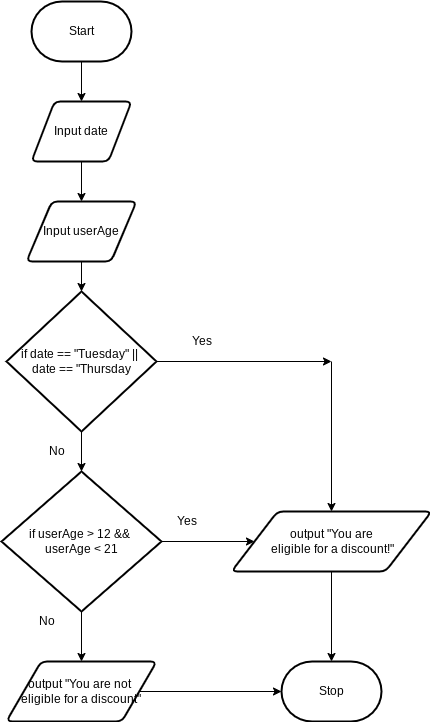
Above: design/flowchart.png in Brayden-Blank/ICS2O-Unit-5-04-HTML (draw.io), before the change. Source tidied: cells renumbered, new cells last; positions are measured from the earlier drawing's top-left corner, leaving out a move shared by most shapes. Its diagram source:
```xml
<mxGraphModel>
  <root>
    <mxCell id="0" />
    <mxCell id="1" parent="0" />
    <mxCell id="2" style="edgeStyle=none;html=1;" parent="1" edge="1" source="3" target="5">
      <mxGeometry relative="1" as="geometry" />
    </mxCell>
    <mxCell id="3" value="Start" style="strokeWidth=2;html=1;shape=mxgraph.flowchart.terminator;whiteSpace=wrap;" parent="1" vertex="1">
      <mxGeometry x="30" width="100" height="60" as="geometry" />
    </mxCell>
    <mxCell id="4" style="edgeStyle=none;html=1;" parent="1" edge="1" source="5" target="12">
      <mxGeometry relative="1" as="geometry" />
    </mxCell>
    <mxCell id="5" value="Input date" style="shape=parallelogram;html=1;strokeWidth=2;perimeter=parallelogramPerimeter;whiteSpace=wrap;rounded=1;arcSize=12;size=0.23;" parent="1" vertex="1">
      <mxGeometry x="30" y="100" width="100" height="60" as="geometry" />
    </mxCell>
    <mxCell id="6" style="edgeStyle=none;html=1;" parent="1" edge="1" source="8">
      <mxGeometry relative="1" as="geometry">
        <mxPoint x="330" y="360" as="targetPoint" />
      </mxGeometry>
    </mxCell>
    <mxCell id="7" style="edgeStyle=none;html=1;" parent="1" edge="1" source="8" target="16">
      <mxGeometry relative="1" as="geometry" />
    </mxCell>
    <mxCell id="8" value="if date == &quot;Tuesday&quot; || &lt;br&gt;date == &quot;Thursday" style="strokeWidth=2;html=1;shape=mxgraph.flowchart.decision;whiteSpace=wrap;" parent="1" vertex="1">
      <mxGeometry x="5" y="290" width="150" height="140" as="geometry" />
    </mxCell>
    <mxCell id="9" style="edgeStyle=none;html=1;" parent="1" edge="1" target="22">
      <mxGeometry relative="1" as="geometry">
        <mxPoint x="330" y="360" as="sourcePoint" />
      </mxGeometry>
    </mxCell>
    <mxCell id="10" value="Yes" style="text;html=1;align=center;verticalAlign=middle;strokeColor=none;fillColor=none;" parent="1" vertex="1">
      <mxGeometry x="180" y="330" width="40" height="20" as="geometry" />
    </mxCell>
    <mxCell id="11" style="edgeStyle=none;html=1;" parent="1" edge="1" source="12" target="8">
      <mxGeometry relative="1" as="geometry" />
    </mxCell>
    <mxCell id="12" value="Input userAge" style="shape=parallelogram;html=1;strokeWidth=2;perimeter=parallelogramPerimeter;whiteSpace=wrap;rounded=1;arcSize=12;size=0.23;" parent="1" vertex="1">
      <mxGeometry x="25" y="200" width="110" height="60" as="geometry" />
    </mxCell>
    <mxCell id="13" value="No" style="text;html=1;align=center;verticalAlign=middle;strokeColor=none;fillColor=none;" parent="1" vertex="1">
      <mxGeometry x="40" y="440" width="30" height="20" as="geometry" />
    </mxCell>
    <mxCell id="14" style="edgeStyle=none;html=1;" parent="1" edge="1" source="16" target="18">
      <mxGeometry relative="1" as="geometry" />
    </mxCell>
    <mxCell id="15" style="edgeStyle=none;html=1;" parent="1" edge="1" source="16" target="22">
      <mxGeometry relative="1" as="geometry" />
    </mxCell>
    <mxCell id="16" value="if userAge &amp;gt; 12 &amp;amp;&amp;amp; &lt;br&gt;userAge &amp;lt; 21" style="strokeWidth=2;html=1;shape=mxgraph.flowchart.decision;whiteSpace=wrap;" parent="1" vertex="1">
      <mxGeometry y="470" width="160" height="140" as="geometry" />
    </mxCell>
    <mxCell id="17" style="edgeStyle=none;html=1;" parent="1" edge="1" source="18" target="23">
      <mxGeometry relative="1" as="geometry" />
    </mxCell>
    <mxCell id="18" value="output &quot;You are not &lt;br&gt;eligible for a discount&quot;" style="shape=parallelogram;html=1;strokeWidth=2;perimeter=parallelogramPerimeter;whiteSpace=wrap;rounded=1;arcSize=12;size=0.23;" parent="1" vertex="1">
      <mxGeometry x="5" y="660" width="150" height="60" as="geometry" />
    </mxCell>
    <mxCell id="19" value="No" style="text;html=1;align=center;verticalAlign=middle;strokeColor=none;fillColor=none;" parent="1" vertex="1">
      <mxGeometry x="30" y="610" width="30" height="20" as="geometry" />
    </mxCell>
    <mxCell id="20" value="Yes" style="text;html=1;align=center;verticalAlign=middle;strokeColor=none;fillColor=none;" parent="1" vertex="1">
      <mxGeometry x="165" y="510" width="40" height="20" as="geometry" />
    </mxCell>
    <mxCell id="21" style="edgeStyle=none;html=1;" parent="1" edge="1" source="22" target="23">
      <mxGeometry relative="1" as="geometry" />
    </mxCell>
    <mxCell id="22" value="output &quot;You are&lt;br&gt;&amp;nbsp;eligible for a discount!&quot;" style="shape=parallelogram;html=1;strokeWidth=2;perimeter=parallelogramPerimeter;whiteSpace=wrap;rounded=1;arcSize=12;size=0.23;" parent="1" vertex="1">
      <mxGeometry x="230" y="510" width="200" height="60" as="geometry" />
    </mxCell>
    <mxCell id="23" value="Stop" style="strokeWidth=2;html=1;shape=mxgraph.flowchart.terminator;whiteSpace=wrap;" parent="1" vertex="1">
      <mxGeometry x="280" y="660" width="100" height="60" as="geometry" />
    </mxCell>
  </root>
</mxGraphModel>
```
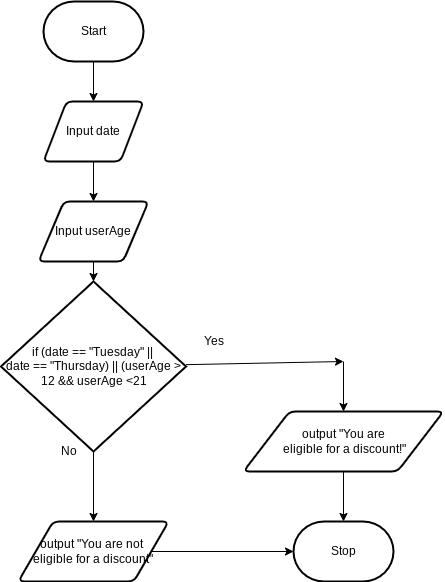
After the commit.

Diff of the diagram source:
```diff
@@ -19,11 +19,11 @@
         <mxPoint x="330" y="360" as="targetPoint" />
       </mxGeometry>
     </mxCell>
-    <mxCell id="7" style="edgeStyle=none;html=1;" parent="1" edge="1" source="8" target="16">
-      <mxGeometry relative="1" as="geometry" />
-    </mxCell>
+    <mxCell id="24" style="edgeStyle=none;html=1;" parent="1" edge="1" source="8" target="18">
+      <mxGeometry relative="1" as="geometry" />
+    </mxCell>
-    <mxCell id="8" value="if date == &quot;Tuesday&quot; || &lt;br&gt;date == &quot;Thursday" style="strokeWidth=2;html=1;shape=mxgraph.flowchart.decision;whiteSpace=wrap;" parent="1" vertex="1">
-      <mxGeometry x="5" y="290" width="150" height="140" as="geometry" />
+    <mxCell id="8" value="if (date == &quot;Tuesday&quot; || &lt;br&gt;date == &quot;Thursday) || (userAge &amp;gt; 12 &amp;amp;&amp;amp; userAge &amp;lt;21" style="strokeWidth=2;html=1;shape=mxgraph.flowchart.decision;whiteSpace=wrap;" parent="1" vertex="1">
+      <mxGeometry x="-12.5" y="280" width="185" height="170" as="geometry" />
     </mxCell>
     <mxCell id="9" style="edgeStyle=none;html=1;" parent="1" edge="1" target="22">
       <mxGeometry relative="1" as="geometry">
@@ -42,35 +42,20 @@
     <mxCell id="13" value="No" style="text;html=1;align=center;verticalAlign=middle;strokeColor=none;fillColor=none;" parent="1" vertex="1">
       <mxGeometry x="40" y="440" width="30" height="20" as="geometry" />
     </mxCell>
-    <mxCell id="14" style="edgeStyle=none;html=1;" parent="1" edge="1" source="16" target="18">
-      <mxGeometry relative="1" as="geometry" />
-    </mxCell>
-    <mxCell id="15" style="edgeStyle=none;html=1;" parent="1" edge="1" source="16" target="22">
-      <mxGeometry relative="1" as="geometry" />
-    </mxCell>
-    <mxCell id="16" value="if userAge &amp;gt; 12 &amp;amp;&amp;amp; &lt;br&gt;userAge &amp;lt; 21" style="strokeWidth=2;html=1;shape=mxgraph.flowchart.decision;whiteSpace=wrap;" parent="1" vertex="1">
-      <mxGeometry y="470" width="160" height="140" as="geometry" />
-    </mxCell>
     <mxCell id="17" style="edgeStyle=none;html=1;" parent="1" edge="1" source="18" target="23">
       <mxGeometry relative="1" as="geometry" />
     </mxCell>
     <mxCell id="18" value="output &quot;You are not &lt;br&gt;eligible for a discount&quot;" style="shape=parallelogram;html=1;strokeWidth=2;perimeter=parallelogramPerimeter;whiteSpace=wrap;rounded=1;arcSize=12;size=0.23;" parent="1" vertex="1">
-      <mxGeometry x="5" y="660" width="150" height="60" as="geometry" />
+      <mxGeometry x="5" y="520" width="150" height="60" as="geometry" />
     </mxCell>
-    <mxCell id="19" value="No" style="text;html=1;align=center;verticalAlign=middle;strokeColor=none;fillColor=none;" parent="1" vertex="1">
-      <mxGeometry x="30" y="610" width="30" height="20" as="geometry" />
-    </mxCell>
-    <mxCell id="20" value="Yes" style="text;html=1;align=center;verticalAlign=middle;strokeColor=none;fillColor=none;" parent="1" vertex="1">
-      <mxGeometry x="165" y="510" width="40" height="20" as="geometry" />
-    </mxCell>
     <mxCell id="21" style="edgeStyle=none;html=1;" parent="1" edge="1" source="22" target="23">
       <mxGeometry relative="1" as="geometry" />
     </mxCell>
     <mxCell id="22" value="output &quot;You are&lt;br&gt;&amp;nbsp;eligible for a discount!&quot;" style="shape=parallelogram;html=1;strokeWidth=2;perimeter=parallelogramPerimeter;whiteSpace=wrap;rounded=1;arcSize=12;size=0.23;" parent="1" vertex="1">
-      <mxGeometry x="230" y="510" width="200" height="60" as="geometry" />
+      <mxGeometry x="230" y="410" width="200" height="60" as="geometry" />
     </mxCell>
     <mxCell id="23" value="Stop" style="strokeWidth=2;html=1;shape=mxgraph.flowchart.terminator;whiteSpace=wrap;" parent="1" vertex="1">
-      <mxGeometry x="280" y="660" width="100" height="60" as="geometry" />
+      <mxGeometry x="280" y="520" width="100" height="60" as="geometry" />
     </mxCell>
   </root>
 </mxGraphModel>
```
